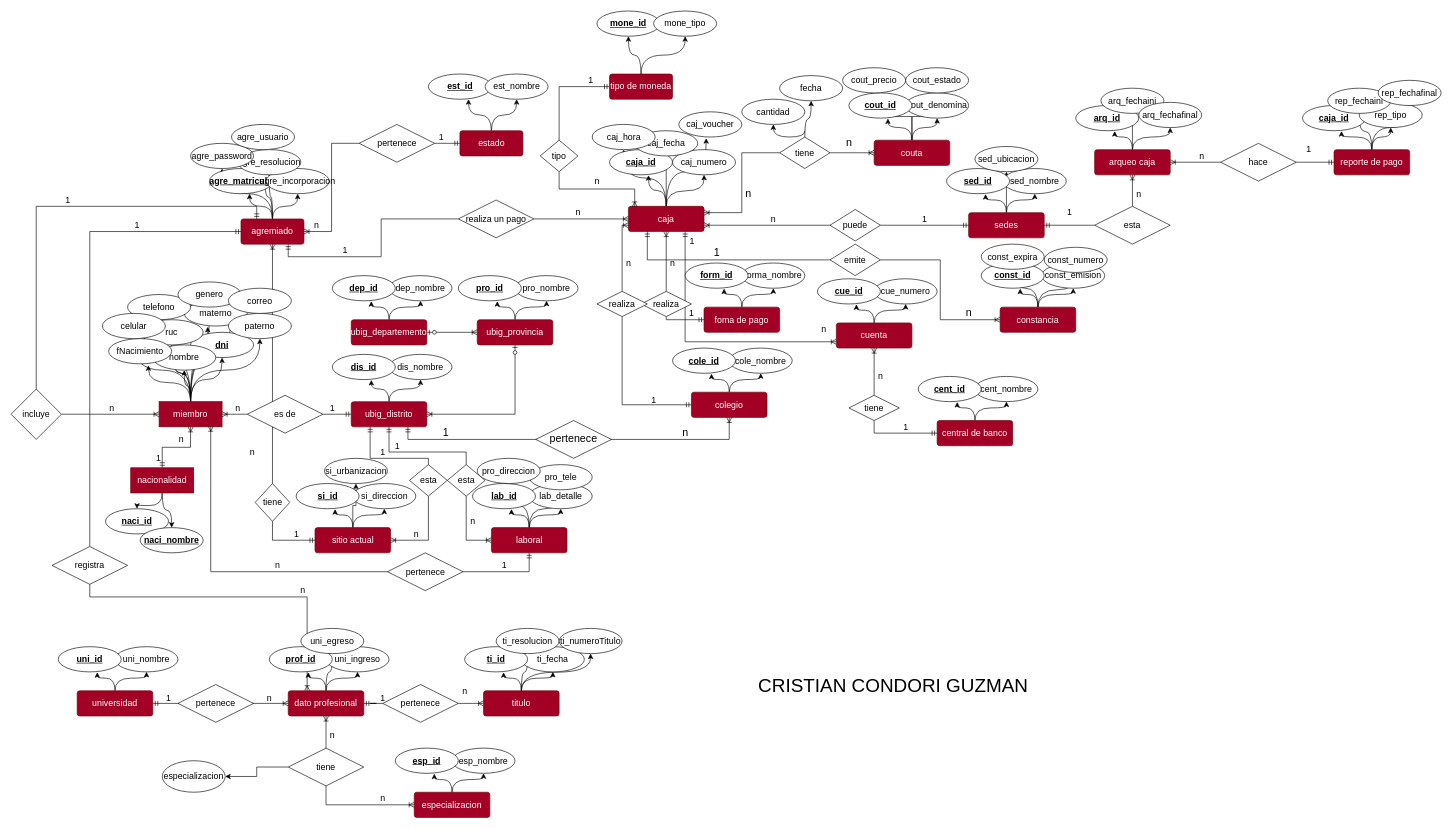
Before: examenbasededatos.drawio in armindnwyr/tda3, a draw.io diagram. Source tidied: cells renumbered, new cells numbered last; positions are measured from the earlier drawing's top-left corner, leaving out a move shared by most shapes. Both pictures are drawn from the tidied source at 63%, with x=0, y=0 at pixel (11, 11).
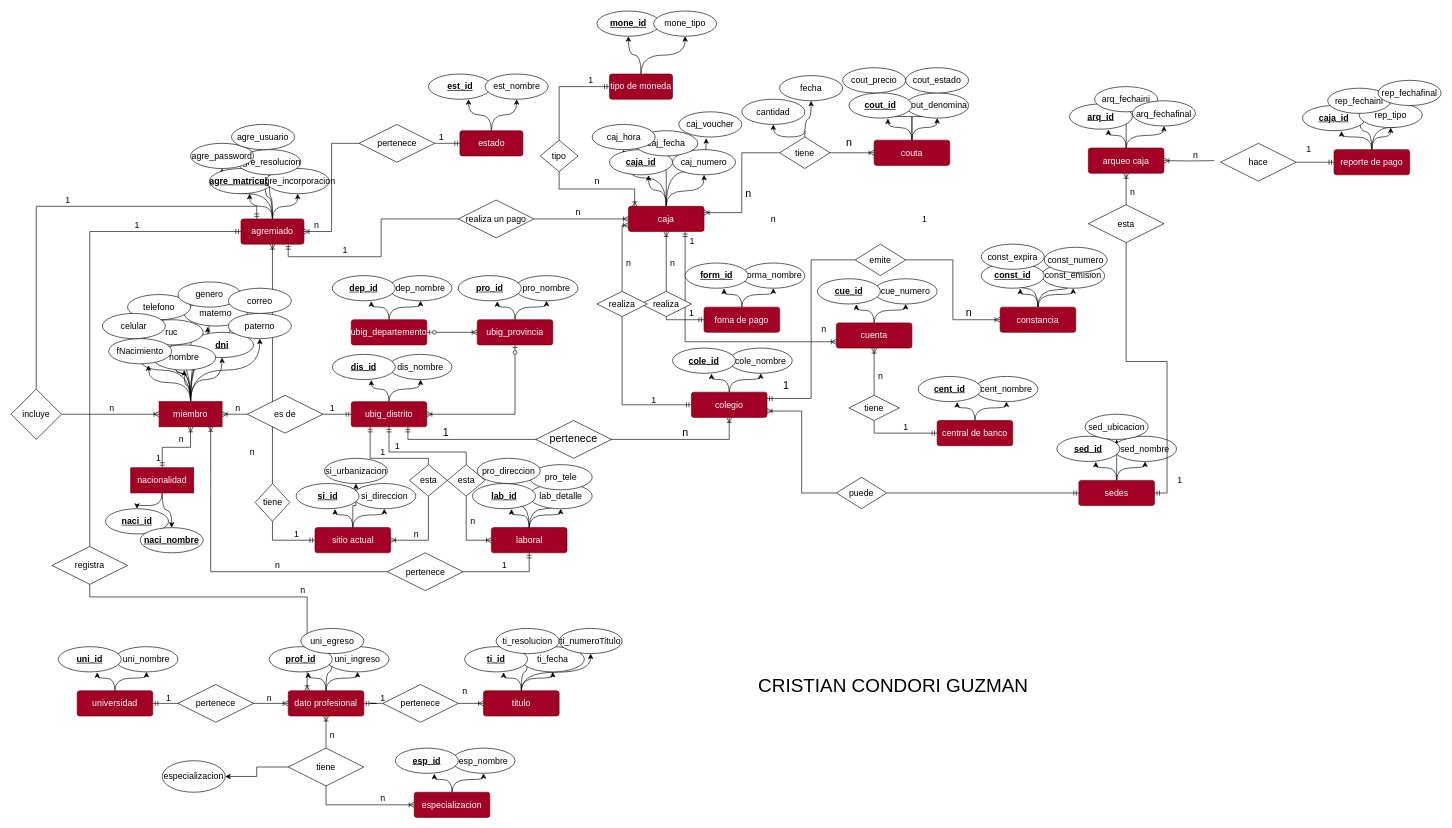
Above is the later version.

The change refers to these unchanged cells:
```xml
<mxCell id="137" value="caja" style="rounded=1;arcSize=10;whiteSpace=wrap;html=1;align=center;fillColor=#a20025;strokeColor=#6F0000;fontColor=#ffffff;fontSize=14;" parent="1" vertex="1">
  <mxGeometry x="980" y="310" width="120" height="40" as="geometry" />
</mxCell>
<mxCell id="251" value="colegio" style="rounded=1;arcSize=10;whiteSpace=wrap;html=1;align=center;fillColor=#a20025;strokeColor=#6F0000;fontColor=#ffffff;fontSize=14;" parent="1" vertex="1">
  <mxGeometry x="1080" y="605" width="120" height="40" as="geometry" />
</mxCell>
<mxCell id="276" value="hace" style="shape=rhombus;perimeter=rhombusPerimeter;whiteSpace=wrap;html=1;align=center;fontSize=14;" parent="1" vertex="1">
  <mxGeometry x="1920" y="210" width="120" height="60" as="geometry" />
</mxCell>
```

The edit, as a diff of the source:
```diff
@@
     <mxCell id="119" value="sedes" style="rounded=1;arcSize=10;whiteSpace=wrap;html=1;align=center;fillColor=#a20025;strokeColor=#6F0000;fontColor=#ffffff;fontSize=14;" parent="1" vertex="1">
-      <mxGeometry x="1520" y="320" width="120" height="40" as="geometry" />
+      <mxGeometry x="1695" y="745" width="120" height="40" as="geometry" />
     </mxCell>
     <mxCell id="120" value="sed_nombre" style="ellipse;whiteSpace=wrap;html=1;align=center;fontSize=14;" parent="1" vertex="1">
-      <mxGeometry x="1575" y="250" width="100" height="40" as="geometry" />
+      <mxGeometry x="1750" y="675" width="100" height="40" as="geometry" />
     </mxCell>
     <mxCell id="121" value="&lt;b style=&quot;font-size: 14px;&quot;&gt;&lt;u style=&quot;font-size: 14px;&quot;&gt;sed_id&lt;/u&gt;&lt;/b&gt;" style="ellipse;whiteSpace=wrap;html=1;align=center;fontSize=14;" parent="1" vertex="1">
-      <mxGeometry x="1485" y="250" width="100" height="40" as="geometry" />
+      <mxGeometry x="1660" y="675" width="100" height="40" as="geometry" />
     </mxCell>
     <mxCell id="122" value="sed_ubicacion" style="ellipse;whiteSpace=wrap;html=1;align=center;fontSize=14;" parent="1" vertex="1">
-      <mxGeometry x="1530" y="215" width="100" height="40" as="geometry" />
+      <mxGeometry x="1705" y="640" width="100" height="40" as="geometry" />
     </mxCell>
@@
-    <mxCell id="259" style="edgeStyle=orthogonalEdgeStyle;rounded=0;jettySize=auto;html=1;entryX=1;entryY=0.75;entryDx=0;entryDy=0;startArrow=none;startFill=0;endArrow=ERoneToMany;endFill=0;fontSize=14;" parent="1" edge="1" source="261" target="137">
+    <mxCell id="259" style="edgeStyle=orthogonalEdgeStyle;rounded=0;jettySize=auto;html=1;entryX=1;entryY=0.75;entryDx=0;entryDy=0;startArrow=none;startFill=0;endArrow=ERoneToMany;endFill=0;fontSize=14;" parent="1" edge="1" source="261" target="251">
       <mxGeometry relative="1" as="geometry" />
     </mxCell>
@@
     <mxCell id="261" value="puede" style="shape=rhombus;perimeter=rhombusPerimeter;whiteSpace=wrap;html=1;align=center;fontSize=14;" parent="1" vertex="1">
-      <mxGeometry x="1300" y="315" width="80" height="50" as="geometry" />
+      <mxGeometry x="1310" y="740" width="80" height="50" as="geometry" />
     </mxCell>
@@
     <mxCell id="266" value="esta" style="shape=rhombus;perimeter=rhombusPerimeter;whiteSpace=wrap;html=1;align=center;fontSize=14;" parent="1" vertex="1">
-      <mxGeometry x="1720" y="310" width="120" height="60" as="geometry" />
+      <mxGeometry x="1710" y="307.5" width="120" height="60" as="geometry" />
     </mxCell>
@@
     <mxCell id="270" value="arqueo caja" style="rounded=1;arcSize=10;whiteSpace=wrap;html=1;align=center;fillColor=#a20025;strokeColor=#6F0000;fontColor=#ffffff;fontSize=14;" parent="1" vertex="1">
-      <mxGeometry x="1720" y="220" width="120" height="40" as="geometry" />
+      <mxGeometry x="1710" y="217.5" width="120" height="40" as="geometry" />
     </mxCell>
     <mxCell id="271" value="&lt;b style=&quot;font-size: 14px;&quot;&gt;&lt;u style=&quot;font-size: 14px;&quot;&gt;arq_id&lt;/u&gt;&lt;/b&gt;" style="ellipse;whiteSpace=wrap;html=1;align=center;fontSize=14;" parent="1" vertex="1">
-      <mxGeometry x="1690" y="150" width="100" height="40" as="geometry" />
+      <mxGeometry x="1680" y="147.5" width="100" height="40" as="geometry" />
     </mxCell>
     <mxCell id="272" value="arq_fechaini" style="ellipse;whiteSpace=wrap;html=1;align=center;fontSize=14;" parent="1" vertex="1">
-      <mxGeometry x="1730" y="122.5" width="100" height="40" as="geometry" />
+      <mxGeometry x="1720" y="120" width="100" height="40" as="geometry" />
     </mxCell>
     <mxCell id="273" value="arq_fechafinal" style="ellipse;whiteSpace=wrap;html=1;align=center;fontSize=14;" parent="1" vertex="1">
-      <mxGeometry x="1790" y="145" width="100" height="40" as="geometry" />
+      <mxGeometry x="1780" y="142.5" width="100" height="40" as="geometry" />
     </mxCell>
-    <mxCell id="274" style="edgeStyle=orthogonalEdgeStyle;rounded=0;jettySize=auto;html=1;entryX=1;entryY=0.5;entryDx=0;entryDy=0;startArrow=none;startFill=0;endArrow=ERoneToMany;endFill=0;fontSize=14;" parent="1" edge="1" source="276" target="270">
-      <mxGeometry relative="1" as="geometry" />
+    <mxCell id="274" style="edgeStyle=orthogonalEdgeStyle;rounded=0;jettySize=auto;html=1;entryX=1;entryY=0.5;entryDx=0;entryDy=0;startArrow=none;startFill=0;endArrow=ERoneToMany;endFill=0;fontSize=14;" parent="1" edge="1" target="270">
+      <mxGeometry relative="1" as="geometry">
+        <mxPoint x="1910" y="237.5" as="sourcePoint" />
+      </mxGeometry>
     </mxCell>
@@
     <mxCell id="277" value="n" style="text;html=1;align=center;verticalAlign=middle;fontSize=14;" parent="1" vertex="1">
-      <mxGeometry x="1880" y="220" width="20" height="20" as="geometry" />
+      <mxGeometry x="1870" y="217.5" width="20" height="20" as="geometry" />
     </mxCell>
@@
     <mxCell id="279" value="n" style="text;html=1;align=center;verticalAlign=middle;fontSize=14;" parent="1" vertex="1">
-      <mxGeometry x="1780" y="280" width="20" height="20" as="geometry" />
+      <mxGeometry x="1770" y="277.5" width="20" height="20" as="geometry" />
     </mxCell>
     <mxCell id="280" value="1" style="text;html=1;align=center;verticalAlign=middle;fontSize=14;" parent="1" vertex="1">
-      <mxGeometry x="1670" y="310" width="20" height="20" as="geometry" />
+      <mxGeometry x="1845" y="735" width="20" height="20" as="geometry" />
     </mxCell>
@@
-    <mxCell id="294" style="edgeStyle=orthogonalEdgeStyle;rounded=0;jettySize=auto;html=1;entryX=0.25;entryY=1;entryDx=0;entryDy=0;startArrow=none;startFill=0;endArrow=ERmandOne;endFill=0;fontSize=17;" parent="1" edge="1" source="296" target="137">
+    <mxCell id="294" style="edgeStyle=orthogonalEdgeStyle;rounded=0;jettySize=auto;html=1;entryX=1;entryY=0.25;entryDx=0;entryDy=0;startArrow=none;startFill=0;endArrow=ERmandOne;endFill=0;fontSize=17;" parent="1" edge="1" source="296" target="251">
       <mxGeometry relative="1" as="geometry" />
     </mxCell>
@@
     <mxCell id="296" value="emite" style="shape=rhombus;perimeter=rhombusPerimeter;whiteSpace=wrap;html=1;align=center;fontSize=14;" parent="1" vertex="1">
-      <mxGeometry x="1300" y="370" width="80" height="50" as="geometry" />
+      <mxGeometry x="1340" y="370" width="80" height="50" as="geometry" />
     </mxCell>
     <mxCell id="297" value="1" style="text;html=1;align=center;verticalAlign=middle;fontSize=17;" parent="1" vertex="1">
-      <mxGeometry x="1110" y="370" width="20" height="30" as="geometry" />
+      <mxGeometry x="1220" y="580" width="20" height="30" as="geometry" />
     </mxCell>
```
